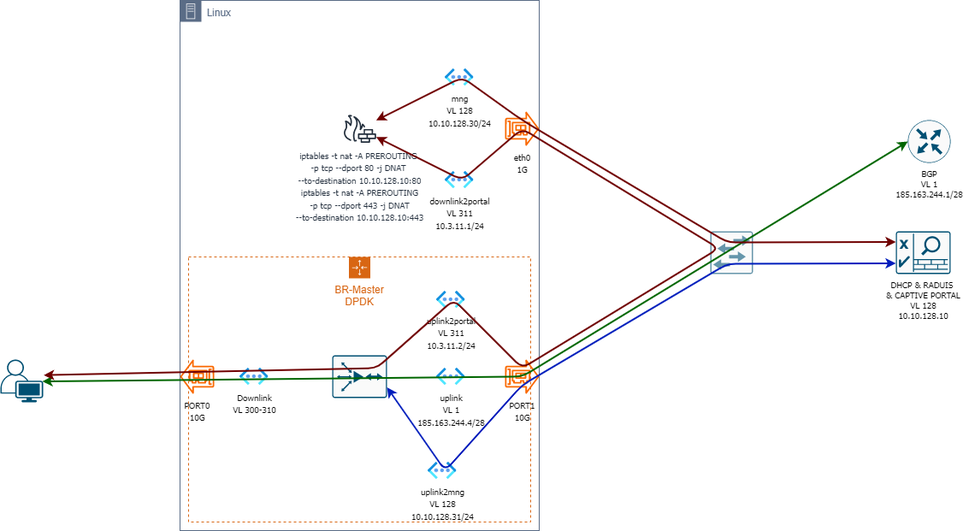
Above: production plan.png in djok/bisonRouter (draw.io), before the change. Source tidied: cells renumbered, new cells last; positions are measured from the earlier drawing's top-left corner, leaving out a move shared by most shapes.
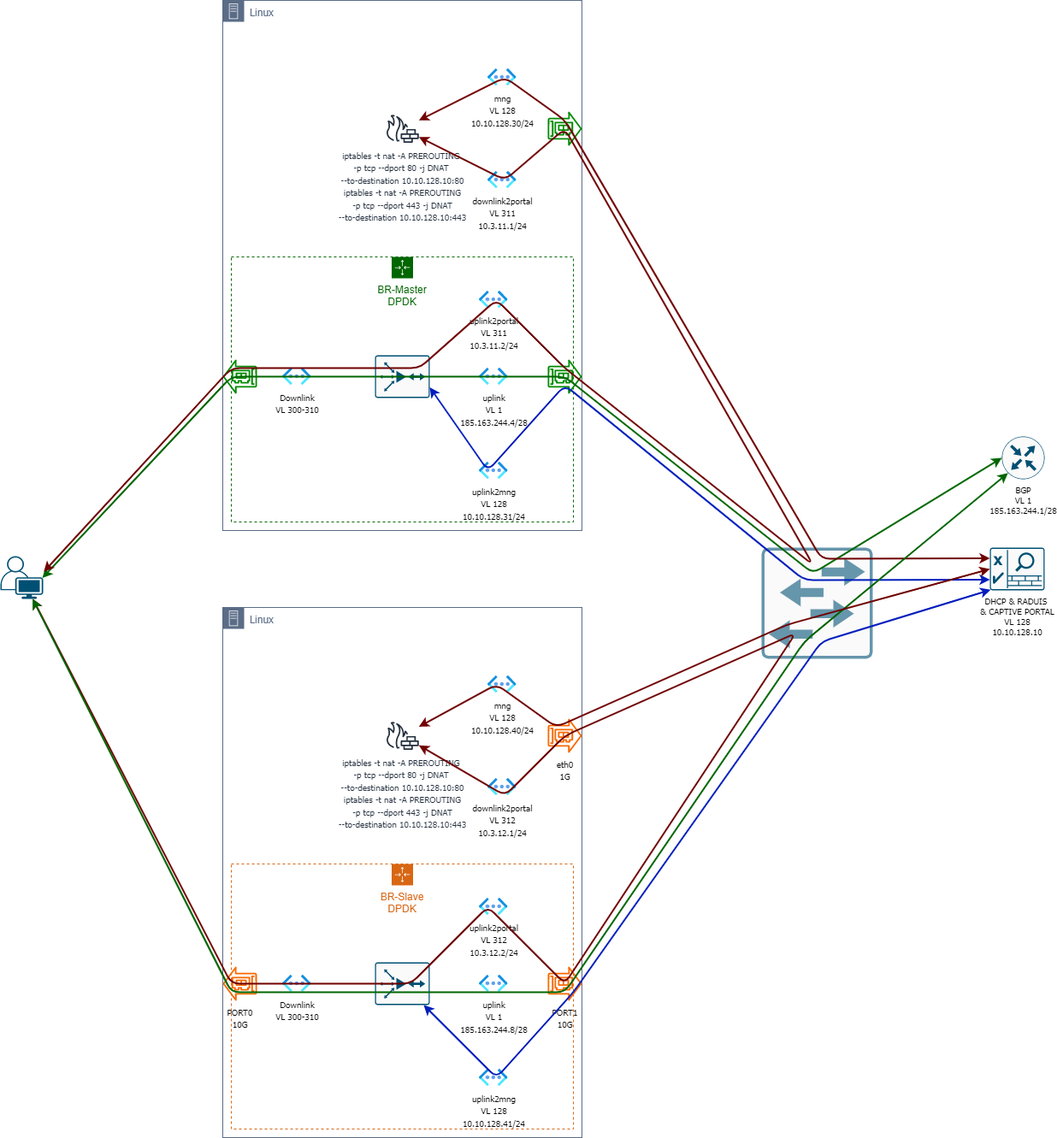
The same file after the commit.

Diff of the diagram source:
```diff
@@ -3,18 +3,18 @@
     <mxCell id="0" />
     <mxCell id="1" parent="0" />
     <mxCell id="2" style="sketch=0;verticalLabelPosition=bottom;html=1;verticalAlign=top;align=center;shape=mxgraph.cisco19.rect;prIcon=workgroup_switch;fillColor=#FAFAFA;strokeColor=#6696AB;" parent="1" vertex="1">
-      <mxGeometry x="830" y="270" width="50" height="50" as="geometry" />
+      <mxGeometry x="840" y="640" width="130" height="130" as="geometry" />
     </mxCell>
     <mxCell id="3" value="Linux" style="gradientColor=none;html=1;whiteSpace=wrap;fontSize=12;fontStyle=0;shape=mxgraph.aws4.group;grIcon=mxgraph.aws4.group_on_premise;strokeColor=#5A6C86;fillColor=none;verticalAlign=top;align=left;spacingLeft=30;fontColor=#5A6C86;dashed=0;labelBackgroundColor=none;fontFamily=Tahoma;" parent="1" vertex="1">
       <mxGeometry x="210" width="420" height="620" as="geometry" />
     </mxCell>
-    <mxCell id="4" value="BR-Master&lt;br&gt;DPDK" style="gradientColor=none;html=1;whiteSpace=wrap;fontSize=12;fontStyle=0;shape=mxgraph.aws4.groupCenter;grIcon=mxgraph.aws4.group_auto_scaling_group;grStroke=1;strokeColor=#D86613;fillColor=none;verticalAlign=top;align=center;fontColor=#D86613;dashed=1;spacingTop=25;" parent="3" vertex="1">
+    <mxCell id="4" value="&lt;font color=&quot;#006600&quot;&gt;BR-Master&lt;br&gt;DPDK&lt;/font&gt;" style="gradientColor=none;html=1;whiteSpace=wrap;fontSize=12;fontStyle=0;shape=mxgraph.aws4.groupCenter;grIcon=mxgraph.aws4.group_auto_scaling_group;grStroke=1;strokeColor=#006600;fillColor=none;verticalAlign=top;align=center;fontColor=#D86613;dashed=1;spacingTop=25;" parent="3" vertex="1">
       <mxGeometry x="10" y="300" width="400" height="310" as="geometry" />
     </mxCell>
-    <mxCell id="5" value="&lt;font face=&quot;Tahoma&quot; style=&quot;font-size: 10px&quot;&gt;PORT0&lt;br&gt;10G&lt;/font&gt;" style="sketch=0;fontColor=#000000;fillColor=#fa6800;strokeColor=#C73500;dashed=0;verticalLabelPosition=bottom;verticalAlign=top;align=center;html=1;fontSize=12;fontStyle=0;shape=mxgraph.aws4.elastic_network_adapter;flipH=1;" parent="4" vertex="1">
+    <mxCell id="5" value="&lt;font face=&quot;Tahoma&quot; style=&quot;font-size: 10px&quot;&gt;PORT0&lt;br&gt;10G&lt;/font&gt;" style="sketch=0;fontColor=#ffffff;fillColor=#008a00;strokeColor=#005700;dashed=0;verticalLabelPosition=bottom;verticalAlign=top;align=center;html=1;fontSize=12;fontStyle=0;shape=mxgraph.aws4.elastic_network_adapter;flipH=1;" parent="4" vertex="1">
       <mxGeometry x="-10" y="120" width="40" height="40" as="geometry" />
     </mxCell>
-    <mxCell id="6" value="&lt;font face=&quot;Tahoma&quot; style=&quot;font-size: 10px&quot;&gt;PORT1&lt;br&gt;10G&lt;/font&gt;" style="sketch=0;fontColor=#000000;fillColor=#fa6800;strokeColor=#C73500;dashed=0;verticalLabelPosition=bottom;verticalAlign=top;align=center;html=1;fontSize=12;fontStyle=0;shape=mxgraph.aws4.elastic_network_adapter;flipH=0;" parent="4" vertex="1">
+    <mxCell id="6" value="&lt;font face=&quot;Tahoma&quot; style=&quot;font-size: 10px&quot;&gt;PORT1&lt;br&gt;10G&lt;/font&gt;" style="sketch=0;fontColor=#ffffff;fillColor=#008a00;strokeColor=#005700;dashed=0;verticalLabelPosition=bottom;verticalAlign=top;align=center;html=1;fontSize=12;fontStyle=0;shape=mxgraph.aws4.elastic_network_adapter;flipH=0;" parent="4" vertex="1">
       <mxGeometry x="370" y="120" width="40" height="40" as="geometry" />
     </mxCell>
     <mxCell id="7" value="&lt;font color=&quot;#000000&quot; style=&quot;font-size: 10px&quot;&gt;Downlink&lt;br&gt;VL 300-310&lt;/font&gt;" style="html=1;align=center;image;fontSize=12;image=img/lib/azure2/networking/Virtual_Networks_Classic.svg;labelBackgroundColor=none;fontFamily=Tahoma;fillColor=#B3B3B3;" parent="4" vertex="1">
@@ -27,12 +27,12 @@
       <mxGeometry x="290" y="40" width="33.5" height="20" as="geometry" />
     </mxCell>
     <mxCell id="10" value="&lt;font color=&quot;#000000&quot;&gt;&lt;span style=&quot;font-size: 10px&quot;&gt;uplink2mng&lt;br&gt;VL 128&lt;/span&gt;&lt;br&gt;&lt;span style=&quot;font-size: 10px&quot;&gt;10.10.128.31/24&lt;/span&gt;&lt;br&gt;&lt;/font&gt;" style="html=1;align=center;image;fontSize=12;image=img/lib/azure2/networking/Virtual_Networks_Classic.svg;labelBackgroundColor=none;fontFamily=Tahoma;fillColor=#B3B3B3;" parent="4" vertex="1">
-      <mxGeometry x="280" y="240" width="33.5" height="20" as="geometry" />
+      <mxGeometry x="290" y="240" width="33.5" height="20" as="geometry" />
     </mxCell>
     <mxCell id="11" style="sketch=0;points=[[0.015,0.015,0],[0.985,0.015,0],[0.985,0.985,0],[0.015,0.985,0],[0.25,0,0],[0.5,0,0],[0.75,0,0],[1,0.25,0],[1,0.5,0],[1,0.75,0],[0.75,1,0],[0.5,1,0],[0.25,1,0],[0,0.75,0],[0,0.5,0],[0,0.25,0]];verticalLabelPosition=bottom;html=1;verticalAlign=top;align=center;shape=mxgraph.cisco19.rect;prIcon=router_with_firewall2;fillColor=#FAFAFA;strokeColor=#005073;labelBackgroundColor=none;fontFamily=Tahoma;fontSize=10;fontColor=#000000;" parent="4" vertex="1">
       <mxGeometry x="168" y="115" width="64" height="50" as="geometry" />
     </mxCell>
-    <mxCell id="12" value="&lt;font face=&quot;Tahoma&quot; style=&quot;font-size: 10px&quot;&gt;eth0&lt;br&gt;1G&lt;/font&gt;" style="sketch=0;fontColor=#000000;fillColor=#fa6800;strokeColor=#C73500;dashed=0;verticalLabelPosition=bottom;verticalAlign=top;align=center;html=1;fontSize=12;fontStyle=0;shape=mxgraph.aws4.elastic_network_adapter;flipH=0;" parent="3" vertex="1">
+    <mxCell id="12" value="&lt;font face=&quot;Tahoma&quot; style=&quot;font-size: 10px&quot;&gt;eth0&lt;br&gt;1G&lt;/font&gt;" style="sketch=0;fontColor=#ffffff;fillColor=#008a00;strokeColor=#005700;dashed=0;verticalLabelPosition=bottom;verticalAlign=top;align=center;html=1;fontSize=12;fontStyle=0;shape=mxgraph.aws4.elastic_network_adapter;flipH=0;" parent="3" vertex="1">
       <mxGeometry x="380" y="130" width="40" height="40" as="geometry" />
     </mxCell>
     <mxCell id="13" value="&lt;font color=&quot;#000000&quot;&gt;&lt;span style=&quot;font-size: 10px&quot;&gt;downlink2portal&lt;br&gt;VL 311&lt;/span&gt;&lt;br&gt;&lt;span style=&quot;font-size: 10px&quot;&gt;10.3.11.1/24&lt;/span&gt;&lt;br&gt;&lt;/font&gt;" style="html=1;align=center;image;fontSize=12;image=img/lib/azure2/networking/Virtual_Networks_Classic.svg;labelBackgroundColor=none;fontFamily=Tahoma;fillColor=#B3B3B3;" parent="3" vertex="1">
@@ -45,15 +45,17 @@
       <mxGeometry x="190.5" y="133.5" width="39" height="33" as="geometry" />
     </mxCell>
     <mxCell id="16" value="BGP&lt;br&gt;VL 1&lt;br&gt;185.163.244.1/28" style="sketch=0;points=[[0.5,0,0],[1,0.5,0],[0.5,1,0],[0,0.5,0],[0.145,0.145,0],[0.8555,0.145,0],[0.855,0.8555,0],[0.145,0.855,0]];verticalLabelPosition=bottom;html=1;verticalAlign=top;align=center;shape=mxgraph.cisco19.rect;prIcon=router;fillColor=#FAFAFA;strokeColor=#005073;labelBackgroundColor=none;fontFamily=Tahoma;fontSize=10;fontColor=#000000;" parent="1" vertex="1">
-      <mxGeometry x="1061" y="140" width="50" height="50" as="geometry" />
+      <mxGeometry x="1121" y="510" width="50" height="50" as="geometry" />
     </mxCell>
     <mxCell id="17" value="DHCP &amp;amp; RADUIS&amp;nbsp;&lt;br&gt;&amp;amp; CAPTIVE PORTAL&lt;br&gt;VL 128&lt;br&gt;10.10.128.10" style="sketch=0;points=[[0.015,0.015,0],[0.985,0.015,0],[0.985,0.985,0],[0.015,0.985,0],[0.25,0,0],[0.5,0,0],[0.75,0,0],[1,0.25,0],[1,0.5,0],[1,0.75,0],[0.75,1,0],[0.5,1,0],[0.25,1,0],[0,0.75,0],[0,0.5,0],[0,0.25,0]];verticalLabelPosition=bottom;html=1;verticalAlign=top;align=center;shape=mxgraph.cisco19.rect;prIcon=nac_appliance;fillColor=#FAFAFA;strokeColor=#005073;labelBackgroundColor=#FFFFFF;fontFamily=Tahoma;fontSize=10;fontColor=#000000;" parent="1" vertex="1">
-      <mxGeometry x="1047" y="270" width="64" height="50" as="geometry" />
+      <mxGeometry x="1107" y="640" width="64" height="50" as="geometry" />
     </mxCell>
     <mxCell id="18" style="edgeStyle=none;html=1;fontFamily=Tahoma;fontSize=10;fontColor=#000000;startArrow=classic;startFill=1;strokeColor=#006600;strokeWidth=2;entryX=0;entryY=0.5;entryDx=0;entryDy=0;entryPerimeter=0;exitX=0.98;exitY=0.51;exitDx=0;exitDy=0;exitPerimeter=0;" parent="1" edge="1" source="21" target="16">
       <mxGeometry relative="1" as="geometry">
         <Array as="points">
+          <mxPoint x="220" y="440" />
           <mxPoint x="610" y="440" />
+          <mxPoint x="900" y="670" />
         </Array>
       </mxGeometry>
     </mxCell>
@@ -62,7 +64,7 @@
         <Array as="points">
           <mxPoint x="520" y="550" />
           <mxPoint x="610" y="450" />
-          <mxPoint x="850" y="308" />
+          <mxPoint x="890" y="678" />
         </Array>
       </mxGeometry>
     </mxCell>
@@ -71,24 +73,104 @@
         <Array as="points">
           <mxPoint x="540" y="90" />
           <mxPoint x="610" y="140" />
-          <mxPoint x="850" y="283" />
+          <mxPoint x="910" y="653" />
         </Array>
       </mxGeometry>
     </mxCell>
     <mxCell id="21" style="points=[[0.35,0,0],[0.98,0.51,0],[1,0.71,0],[0.67,1,0],[0,0.795,0],[0,0.65,0]];verticalLabelPosition=bottom;sketch=0;html=1;verticalAlign=top;align=center;shape=mxgraph.cisco19.user;fillColor=#005073;strokeColor=none;labelBackgroundColor=none;fontFamily=Tahoma;fontSize=10;fontColor=#000000;" parent="1" vertex="1">
-      <mxGeometry y="420" width="50" height="50" as="geometry" />
+      <mxGeometry x="-50" y="650" width="50" height="50" as="geometry" />
     </mxCell>
     <mxCell id="22" style="edgeStyle=none;html=1;fontFamily=Tahoma;fontSize=10;fontColor=#000000;startArrow=classic;startFill=1;strokeColor=#6F0000;strokeWidth=2;fillColor=#a20025;exitX=1.014;exitY=0.366;exitDx=0;exitDy=0;exitPerimeter=0;" parent="1" edge="1" source="21" target="15">
       <mxGeometry relative="1" as="geometry">
         <Array as="points">
+          <mxPoint x="220" y="430" />
           <mxPoint x="440" y="430" />
           <mxPoint x="530" y="350" />
           <mxPoint x="610" y="430" />
-          <mxPoint x="840" y="290" />
+          <mxPoint x="900" y="660" />
           <mxPoint x="610" y="150" />
           <mxPoint x="540" y="210" />
         </Array>
       </mxGeometry>
     </mxCell>
+    <mxCell id="23" value="Linux" style="gradientColor=none;html=1;whiteSpace=wrap;fontSize=12;fontStyle=0;shape=mxgraph.aws4.group;grIcon=mxgraph.aws4.group_on_premise;strokeColor=#5A6C86;fillColor=none;verticalAlign=top;align=left;spacingLeft=30;fontColor=#5A6C86;dashed=0;labelBackgroundColor=none;fontFamily=Tahoma;" parent="1" vertex="1">
+      <mxGeometry x="210" y="710" width="420" height="620" as="geometry" />
+    </mxCell>
+    <mxCell id="24" value="BR-Slave&lt;br&gt;DPDK" style="gradientColor=none;html=1;whiteSpace=wrap;fontSize=12;fontStyle=0;shape=mxgraph.aws4.groupCenter;grIcon=mxgraph.aws4.group_auto_scaling_group;grStroke=1;strokeColor=#D86613;fillColor=none;verticalAlign=top;align=center;fontColor=#D86613;dashed=1;spacingTop=25;" parent="23" vertex="1">
+      <mxGeometry x="10" y="300" width="400" height="310" as="geometry" />
+    </mxCell>
+    <mxCell id="25" value="&lt;font face=&quot;Tahoma&quot; style=&quot;font-size: 10px&quot;&gt;PORT0&lt;br&gt;10G&lt;/font&gt;" style="sketch=0;fontColor=#000000;fillColor=#fa6800;strokeColor=#C73500;dashed=0;verticalLabelPosition=bottom;verticalAlign=top;align=center;html=1;fontSize=12;fontStyle=0;shape=mxgraph.aws4.elastic_network_adapter;flipH=1;" parent="24" vertex="1">
+      <mxGeometry x="-10" y="120" width="40" height="40" as="geometry" />
+    </mxCell>
+    <mxCell id="26" value="&lt;font face=&quot;Tahoma&quot; style=&quot;font-size: 10px&quot;&gt;PORT1&lt;br&gt;10G&lt;/font&gt;" style="sketch=0;fontColor=#000000;fillColor=#fa6800;strokeColor=#C73500;dashed=0;verticalLabelPosition=bottom;verticalAlign=top;align=center;html=1;fontSize=12;fontStyle=0;shape=mxgraph.aws4.elastic_network_adapter;flipH=0;" parent="24" vertex="1">
+      <mxGeometry x="370" y="120" width="40" height="40" as="geometry" />
+    </mxCell>
+    <mxCell id="27" value="&lt;font color=&quot;#000000&quot; style=&quot;font-size: 10px&quot;&gt;Downlink&lt;br&gt;VL 300-310&lt;/font&gt;" style="html=1;align=center;image;fontSize=12;image=img/lib/azure2/networking/Virtual_Networks_Classic.svg;labelBackgroundColor=none;fontFamily=Tahoma;fillColor=#B3B3B3;" parent="24" vertex="1">
+      <mxGeometry x="60" y="130" width="33.5" height="20" as="geometry" />
+    </mxCell>
+    <mxCell id="28" value="&lt;font color=&quot;#000000&quot;&gt;&lt;span style=&quot;font-size: 10px&quot;&gt;uplink&lt;br&gt;VL 1&lt;/span&gt;&lt;br&gt;&lt;span style=&quot;font-size: 10px&quot;&gt;185.163.244.8/28&lt;/span&gt;&lt;br&gt;&lt;/font&gt;" style="html=1;align=center;image;fontSize=12;image=img/lib/azure2/networking/Virtual_Networks_Classic.svg;labelBackgroundColor=none;fontFamily=Tahoma;fillColor=#B3B3B3;" parent="24" vertex="1">
+      <mxGeometry x="290" y="130" width="33.5" height="20" as="geometry" />
+    </mxCell>
+    <mxCell id="29" value="&lt;font color=&quot;#000000&quot;&gt;&lt;span style=&quot;font-size: 10px&quot;&gt;uplink2portal&lt;br&gt;VL 312&lt;/span&gt;&lt;br&gt;&lt;span style=&quot;font-size: 10px&quot;&gt;10.3.12.2/24&lt;/span&gt;&lt;br&gt;&lt;/font&gt;" style="html=1;align=center;image;fontSize=12;image=img/lib/azure2/networking/Virtual_Networks_Classic.svg;labelBackgroundColor=none;fontFamily=Tahoma;fillColor=#B3B3B3;" parent="24" vertex="1">
+      <mxGeometry x="290" y="40" width="33.5" height="20" as="geometry" />
+    </mxCell>
+    <mxCell id="30" value="&lt;font color=&quot;#000000&quot;&gt;&lt;span style=&quot;font-size: 10px&quot;&gt;uplink2mng&lt;br&gt;VL 128&lt;/span&gt;&lt;br&gt;&lt;span style=&quot;font-size: 10px&quot;&gt;10.10.128.41/24&lt;/span&gt;&lt;br&gt;&lt;/font&gt;" style="html=1;align=center;image;fontSize=12;image=img/lib/azure2/networking/Virtual_Networks_Classic.svg;labelBackgroundColor=none;fontFamily=Tahoma;fillColor=#B3B3B3;" parent="24" vertex="1">
+      <mxGeometry x="290" y="240" width="33.5" height="20" as="geometry" />
+    </mxCell>
+    <mxCell id="31" style="sketch=0;points=[[0.015,0.015,0],[0.985,0.015,0],[0.985,0.985,0],[0.015,0.985,0],[0.25,0,0],[0.5,0,0],[0.75,0,0],[1,0.25,0],[1,0.5,0],[1,0.75,0],[0.75,1,0],[0.5,1,0],[0.25,1,0],[0,0.75,0],[0,0.5,0],[0,0.25,0]];verticalLabelPosition=bottom;html=1;verticalAlign=top;align=center;shape=mxgraph.cisco19.rect;prIcon=router_with_firewall2;fillColor=#FAFAFA;strokeColor=#005073;labelBackgroundColor=none;fontFamily=Tahoma;fontSize=10;fontColor=#000000;" parent="24" vertex="1">
+      <mxGeometry x="168" y="115" width="64" height="50" as="geometry" />
+    </mxCell>
+    <mxCell id="32" value="&lt;font face=&quot;Tahoma&quot; style=&quot;font-size: 10px&quot;&gt;eth0&lt;br&gt;1G&lt;/font&gt;" style="sketch=0;fontColor=#000000;fillColor=#fa6800;strokeColor=#C73500;dashed=0;verticalLabelPosition=bottom;verticalAlign=top;align=center;html=1;fontSize=12;fontStyle=0;shape=mxgraph.aws4.elastic_network_adapter;flipH=0;" parent="23" vertex="1">
+      <mxGeometry x="380" y="130" width="40" height="40" as="geometry" />
+    </mxCell>
+    <mxCell id="33" value="&lt;font color=&quot;#000000&quot;&gt;&lt;span style=&quot;font-size: 10px&quot;&gt;downlink2portal&lt;br&gt;VL 312&lt;/span&gt;&lt;br&gt;&lt;span style=&quot;font-size: 10px&quot;&gt;10.3.12.1/24&lt;/span&gt;&lt;br&gt;&lt;/font&gt;" style="html=1;align=center;image;fontSize=12;image=img/lib/azure2/networking/Virtual_Networks_Classic.svg;labelBackgroundColor=none;fontFamily=Tahoma;fillColor=#B3B3B3;" parent="23" vertex="1">
+      <mxGeometry x="310" y="200" width="33.5" height="20" as="geometry" />
+    </mxCell>
+    <mxCell id="34" value="&lt;font color=&quot;#000000&quot;&gt;&lt;span style=&quot;font-size: 10px&quot;&gt;mng&lt;br&gt;VL 128&lt;/span&gt;&lt;br&gt;&lt;span style=&quot;font-size: 10px&quot;&gt;10.10.128.40/24&lt;/span&gt;&lt;br&gt;&lt;/font&gt;" style="html=1;align=center;image;fontSize=12;image=img/lib/azure2/networking/Virtual_Networks_Classic.svg;labelBackgroundColor=none;fontFamily=Tahoma;fillColor=#B3B3B3;" parent="23" vertex="1">
+      <mxGeometry x="310" y="80" width="33.5" height="20" as="geometry" />
+    </mxCell>
+    <mxCell id="35" value="&lt;font style=&quot;font-size: 10px&quot;&gt;iptables -t nat -A PREROUTING &lt;br&gt;-p tcp --dport 80 -j DNAT &lt;br&gt;--to-destination 10.10.128.10:80&lt;br&gt;iptables -t nat -A PREROUTING&lt;br&gt;-p tcp --dport 443 -j DNAT&lt;br&gt;--to-destination 10.10.128.10:443&lt;br&gt;&lt;/font&gt;" style="sketch=0;outlineConnect=0;fontColor=#232F3E;gradientColor=none;fillColor=#232F3D;strokeColor=none;dashed=0;verticalLabelPosition=bottom;verticalAlign=top;align=center;html=1;fontSize=12;fontStyle=0;shape=mxgraph.aws4.generic_firewall;labelBackgroundColor=none;fontFamily=Tahoma;" parent="23" vertex="1">
+      <mxGeometry x="190.5" y="133.5" width="39" height="33" as="geometry" />
+    </mxCell>
+    <mxCell id="36" style="edgeStyle=none;html=1;fontFamily=Tahoma;fontSize=10;fontColor=#006600;startArrow=classic;startFill=1;strokeColor=#6F0000;strokeWidth=2;fillColor=#a20025;" parent="1" edge="1" source="21" target="35">
+      <mxGeometry relative="1" as="geometry">
+        <Array as="points">
+          <mxPoint x="220" y="1150" />
+          <mxPoint x="430" y="1150" />
+          <mxPoint x="520" y="1060" />
+          <mxPoint x="610" y="1150" />
+          <mxPoint x="880" y="740" />
+          <mxPoint x="610" y="860" />
+          <mxPoint x="540" y="930" />
+        </Array>
+      </mxGeometry>
+    </mxCell>
+    <mxCell id="37" style="edgeStyle=none;html=1;entryX=0.145;entryY=0.855;entryDx=0;entryDy=0;entryPerimeter=0;fontFamily=Tahoma;fontSize=10;fontColor=#006600;startArrow=classic;startFill=1;strokeColor=#006600;strokeWidth=2;" parent="1" edge="1" source="21" target="16">
+      <mxGeometry relative="1" as="geometry">
+        <Array as="points">
+          <mxPoint x="220" y="1160" />
+          <mxPoint x="610" y="1160" />
+          <mxPoint x="890" y="750" />
+        </Array>
+      </mxGeometry>
+    </mxCell>
+    <mxCell id="38" style="edgeStyle=none;html=1;fontFamily=Tahoma;fontSize=10;fontColor=#006600;startArrow=classic;startFill=1;strokeColor=#001DBC;strokeWidth=2;fillColor=#0050ef;entryX=0.015;entryY=0.985;entryDx=0;entryDy=0;entryPerimeter=0;" parent="1" edge="1" source="31" target="17">
+      <mxGeometry relative="1" as="geometry">
+        <Array as="points">
+          <mxPoint x="530" y="1260" />
+          <mxPoint x="620" y="1160" />
+          <mxPoint x="910" y="750" />
+        </Array>
+      </mxGeometry>
+    </mxCell>
+    <mxCell id="39" style="edgeStyle=none;html=1;entryX=0;entryY=0.5;entryDx=0;entryDy=0;entryPerimeter=0;fontFamily=Tahoma;fontSize=10;fontColor=#006600;startArrow=classic;startFill=1;strokeColor=#6F0000;strokeWidth=2;fillColor=#a20025;" parent="1" edge="1" source="35" target="17">
+      <mxGeometry relative="1" as="geometry">
+        <Array as="points">
+          <mxPoint x="530" y="800" />
+          <mxPoint x="600" y="850" />
+          <mxPoint x="870" y="730" />
+        </Array>
+      </mxGeometry>
+    </mxCell>
   </root>
 </mxGraphModel>
```
